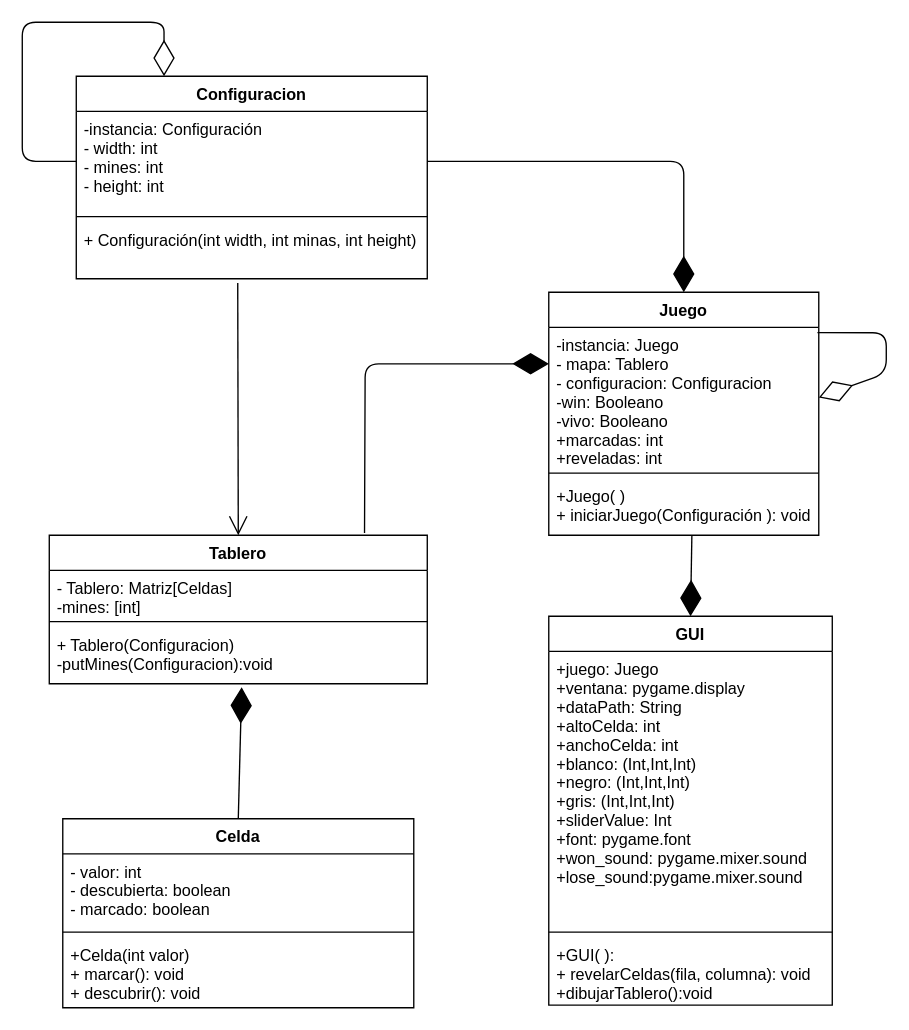
The draw.io diagram diagrams/diagramaClases.drawio in Paskiben/Tarea-INFO229, before the edit. Source tidied: cells renumbered, new cells numbered last; positions are measured from the earlier drawing's top-left corner, leaving out a move shared by most shapes. Both pictures are drawn from the tidied source at 135%, with x=0, y=0 at pixel (22, 22).
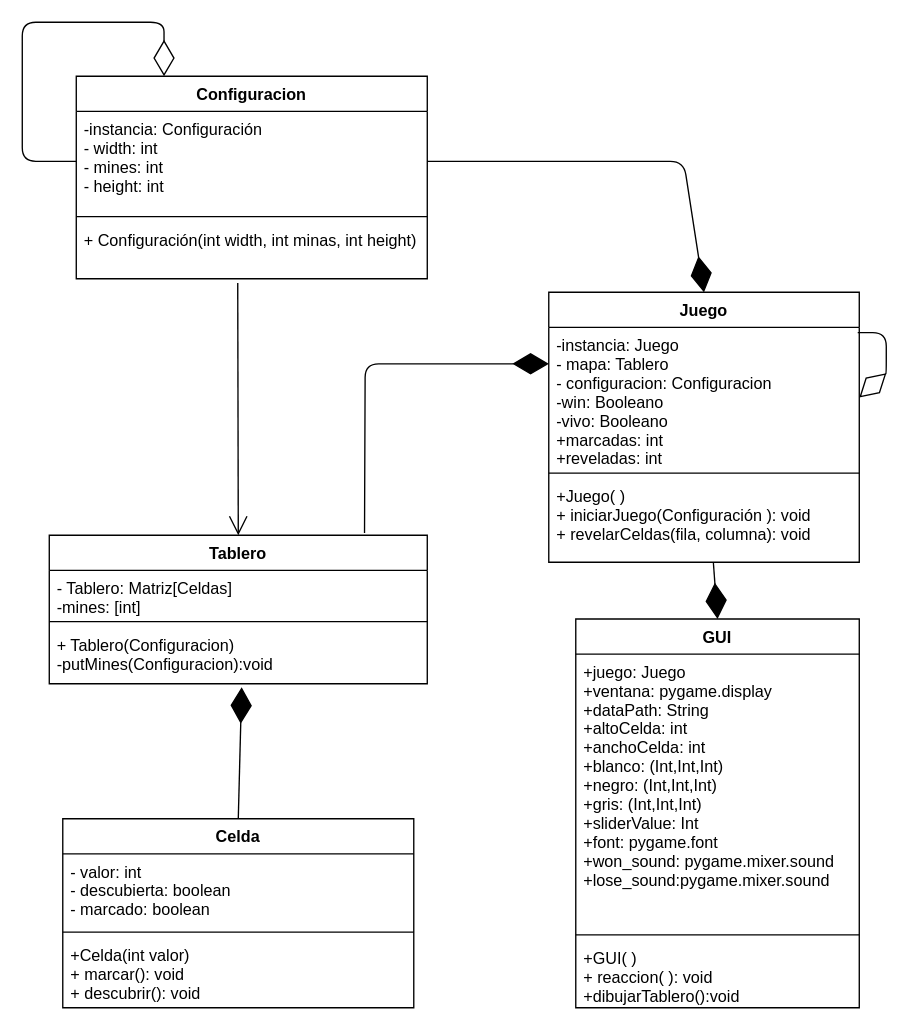
Above is the later version.

The edit, as a diff of the source:
```diff
@@
     <mxCell id="6" value="GUI" style="swimlane;fontStyle=1;align=center;verticalAlign=top;horizontal=1;startSize=26;" parent="1" vertex="1">
-      <mxGeometry x="390" y="440" width="210" height="288" as="geometry" />
+      <mxGeometry x="410" y="442" width="210" height="288" as="geometry" />
     </mxCell>
@@
-    <mxCell id="9" value="+GUI( ):&#10;+ revelarCeldas(fila, columna): void&#10;+dibujarTablero():void" style="text;strokeColor=none;fillColor=none;align=left;verticalAlign=top;spacingLeft=4;spacingRight=4;overflow=hidden;" parent="6" vertex="1">
+    <mxCell id="9" value="+GUI( )&#10;+ reaccion( ): void&#10;+dibujarTablero():void" style="text;strokeColor=none;fillColor=none;align=left;verticalAlign=top;spacingLeft=4;spacingRight=4;overflow=hidden;fontStyle=0;" parent="6" vertex="1">
       <mxGeometry y="238" width="210" height="50" as="geometry" />
     </mxCell>
     <mxCell id="10" value="Juego" style="swimlane;fontStyle=1;align=center;verticalAlign=top;horizontal=1;startSize=26;" parent="1" vertex="1">
-      <mxGeometry x="390" y="200" width="200" height="180" as="geometry" />
+      <mxGeometry x="390" y="200" width="230" height="200" as="geometry" />
     </mxCell>
@@
     <mxCell id="12" value="-instancia: Juego&#10;- mapa: Tablero&#10;- configuracion: Configuracion&#10;-win: Booleano&#10;-vivo: Booleano&#10;+marcadas: int&#10;+reveladas: int" style="text;strokeColor=none;fillColor=none;align=left;verticalAlign=top;spacingLeft=4;spacingRight=4;overflow=hidden;points=[[0,0.5],[1,0.5]];portConstraint=eastwest;" parent="10" vertex="1">
-      <mxGeometry y="26" width="200" height="104" as="geometry" />
+      <mxGeometry y="26" width="230" height="104" as="geometry" />
     </mxCell>
     <mxCell id="13" style="line;strokeWidth=1;fillColor=none;align=left;verticalAlign=middle;spacingTop=-1;spacingLeft=3;spacingRight=3;labelPosition=right;strokeColor=inherit;" parent="10" vertex="1">
-      <mxGeometry y="130" width="200" height="8" as="geometry" />
+      <mxGeometry y="130" width="230" height="8" as="geometry" />
     </mxCell>
-    <mxCell id="14" value="+Juego( )&#10;+ iniciarJuego(Configuración ): void" style="text;strokeColor=none;fillColor=none;align=left;verticalAlign=top;spacingLeft=4;spacingRight=4;overflow=hidden;points=[[0,0.5],[1,0.5]];portConstraint=eastwest;" parent="10" vertex="1">
-      <mxGeometry y="138" width="200" height="42" as="geometry" />
+    <mxCell id="14" value="+Juego( )&#10;+ iniciarJuego(Configuración ): void&#10;+ revelarCeldas(fila, columna): void" style="text;strokeColor=none;fillColor=none;align=left;verticalAlign=top;spacingLeft=4;spacingRight=4;overflow=hidden;points=[[0,0.5],[1,0.5]];portConstraint=eastwest;" parent="10" vertex="1">
+      <mxGeometry y="138" width="230" height="62" as="geometry" />
     </mxCell>
```
